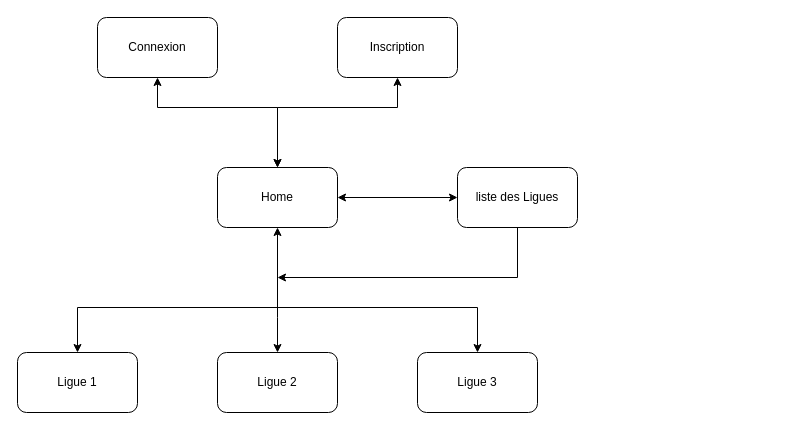
MatheoPUEL/M2L keeps this draw.io diagram as Documents/SiteMap/SiteMap.drawio. Above is the earlier version. Source tidied: cells renumbered, new cells numbered last; positions are measured from the earlier drawing's top-left corner, leaving out a move shared by most shapes. Both pictures are drawn from the tidied source at 100%, with x=0, y=0 at pixel (17, 17).
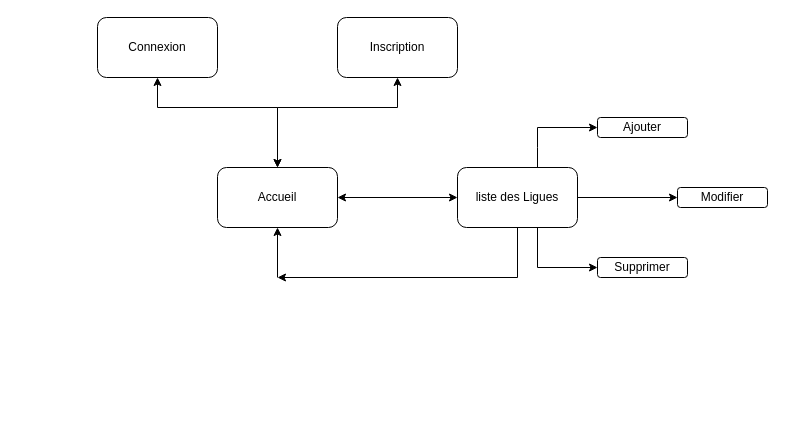
The same page after the edit.

The change refers to these unchanged cells:
```xml
<mxCell id="5" value="liste des Ligues" style="rounded=1;whiteSpace=wrap;html=1;" parent="1" vertex="1">
  <mxGeometry x="440" y="150" width="120" height="60" as="geometry" />
</mxCell>
```

Change to the diagram source:
```diff
@@
-    <mxCell id="2" value="Home" style="rounded=1;whiteSpace=wrap;html=1;" parent="1" vertex="1">
+    <mxCell id="2" value="Accueil" style="rounded=1;whiteSpace=wrap;html=1;" parent="1" vertex="1">
       <mxGeometry x="200" y="150" width="120" height="60" as="geometry" />
     </mxCell>
@@
-    <mxCell id="6" value="Ligue 1" style="rounded=1;whiteSpace=wrap;html=1;" parent="1" vertex="1">
-      <mxGeometry y="335" width="120" height="60" as="geometry" />
-    </mxCell>
-    <mxCell id="7" value="Ligue 3" style="rounded=1;whiteSpace=wrap;html=1;" parent="1" vertex="1">
-      <mxGeometry x="400" y="335" width="120" height="60" as="geometry" />
-    </mxCell>
-    <mxCell id="8" value="Ligue 2" style="rounded=1;whiteSpace=wrap;html=1;" parent="1" vertex="1">
-      <mxGeometry x="200" y="335" width="120" height="60" as="geometry" />
-    </mxCell>
@@
     <mxCell id="11" style="endArrow=classic;html=1;rounded=0;entryX=0.5;entryY=1;entryDx=0;entryDy=0;" parent="1" edge="1" target="2">
       <mxGeometry relative="1" as="geometry">
-        <mxPoint x="260" y="300" as="sourcePoint" />
+        <mxPoint x="260" y="260" as="sourcePoint" />
       </mxGeometry>
     </mxCell>
-    <mxCell id="12" style="endArrow=classic;html=1;rounded=0;entryX=0.5;entryY=0;entryDx=0;entryDy=0;" parent="1" edge="1" target="8">
+    <mxCell id="12" style="endArrow=classic;html=1;rounded=0;" parent="1" edge="1">
       <mxGeometry relative="1" as="geometry">
-        <mxPoint x="260" y="300" as="sourcePoint" />
+        <mxPoint x="260" y="260" as="sourcePoint" />
+        <mxPoint x="260" y="260" as="targetPoint" />
       </mxGeometry>
     </mxCell>
-    <mxCell id="13" style="endArrow=classic;html=1;rounded=0;entryX=0.5;entryY=0;entryDx=0;entryDy=0;" parent="1" edge="1" target="7">
-      <mxGeometry relative="1" as="geometry">
-        <mxPoint x="260" y="290" as="sourcePoint" />
-        <Array as="points">
-          <mxPoint x="460" y="290" />
-        </Array>
-      </mxGeometry>
-    </mxCell>
-    <mxCell id="14" style="endArrow=classic;html=1;rounded=0;entryX=0.5;entryY=0;entryDx=0;entryDy=0;" parent="1" edge="1" target="6">
-      <mxGeometry relative="1" as="geometry">
-        <mxPoint x="260" y="290" as="sourcePoint" />
-        <Array as="points">
-          <mxPoint x="60" y="290" />
-        </Array>
-      </mxGeometry>
-    </mxCell>
@@
+    <mxCell id="17" value="Ajouter" style="rounded=1;whiteSpace=wrap;html=1;" parent="1" vertex="1">
+      <mxGeometry x="580" y="100" width="90" height="20" as="geometry" />
+    </mxCell>
+    <mxCell id="18" value="Modifier" style="rounded=1;whiteSpace=wrap;html=1;" parent="1" vertex="1">
+      <mxGeometry x="660" y="170" width="90" height="20" as="geometry" />
+    </mxCell>
+    <mxCell id="19" value="Supprimer" style="rounded=1;whiteSpace=wrap;html=1;" parent="1" vertex="1">
+      <mxGeometry x="580" y="240" width="90" height="20" as="geometry" />
+    </mxCell>
+    <mxCell id="20" style="endArrow=classic;html=1;rounded=0;entryX=0;entryY=0.5;entryDx=0;entryDy=0;" parent="1" edge="1" target="17">
+      <mxGeometry relative="1" as="geometry">
+        <mxPoint x="520" y="110" as="sourcePoint" />
+      </mxGeometry>
+    </mxCell>
+    <mxCell id="21" style="endArrow=none;html=1;rounded=0;exitX=0.5;exitY=0;exitDx=0;exitDy=0;" parent="1" edge="1" source="5">
+      <mxGeometry relative="1" as="geometry">
+        <mxPoint x="520" y="110" as="targetPoint" />
+        <Array as="points">
+          <mxPoint x="520" y="150" />
+          <mxPoint x="520" y="130" />
+        </Array>
+      </mxGeometry>
+    </mxCell>
+    <mxCell id="22" style="endArrow=none;html=1;rounded=0;" parent="1" edge="1">
+      <mxGeometry relative="1" as="geometry">
+        <mxPoint x="520" y="250" as="sourcePoint" />
+        <mxPoint x="520" y="210" as="targetPoint" />
+      </mxGeometry>
+    </mxCell>
+    <mxCell id="23" style="endArrow=classic;html=1;rounded=0;entryX=0;entryY=0.5;entryDx=0;entryDy=0;" parent="1" edge="1" target="19">
+      <mxGeometry relative="1" as="geometry">
+        <mxPoint x="520" y="250" as="sourcePoint" />
+      </mxGeometry>
+    </mxCell>
+    <mxCell id="24" style="endArrow=classic;html=1;rounded=0;entryX=0;entryY=0.5;entryDx=0;entryDy=0;exitX=1;exitY=0.5;exitDx=0;exitDy=0;" parent="1" edge="1" source="5" target="18">
+      <mxGeometry relative="1" as="geometry" />
+    </mxCell>
```
